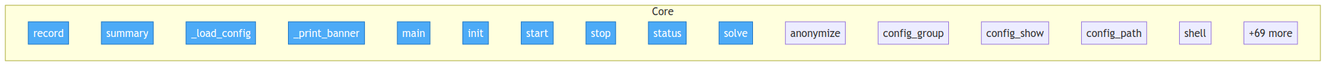
This is project/flow.png from pro-llama/prollama, a Mermaid export, as it was before one commit. Its source is kept beside it as project/flow.mmd.
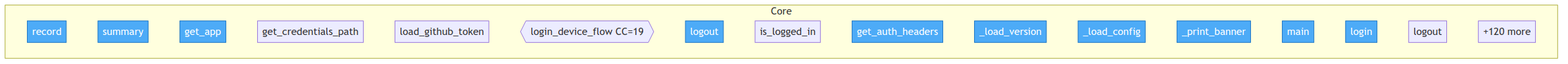
Above is the later version.

The edit, as a diff of the source:
```diff
@@ -5,20 +5,20 @@
     subgraph Core
         src__prollama__proxy__MetricsCollector__record["record"]
         src__prollama__proxy__MetricsCollector__summary["summary"]
+        src__prollama__proxy__Proxy__get_app["get_app"]
+        src__prollama__auth__get_credentials_path["get_credentials_path"]
+        src__prollama__auth__load_github_token["load_github_token"]
+        src__prollama__auth__login_device_flow{{login_device_flow CC=19}}
+        src__prollama__auth__logout["logout"]
+        src__prollama__auth__is_logged_in["is_logged_in"]
+        src__prollama__auth__get_auth_headers["get_auth_headers"]
+        src__prollama___load_version["_load_version"]
         src__prollama__cli___load_config["_load_config"]
         src__prollama__cli___print_banner["_print_banner"]
         src__prollama__cli__main["main"]
-        src__prollama__cli__init["init"]
-        src__prollama__cli__start["start"]
-        src__prollama__cli__stop["stop"]
-        src__prollama__cli__status["status"]
-        src__prollama__cli__solve["solve"]
-        src__prollama__cli__anonymize["anonymize"]
-        src__prollama__cli__config_group["config_group"]
-        src__prollama__cli__config_show["config_show"]
-        src__prollama__cli__config_path["config_path"]
-        src__prollama__cli__shell["shell"]
-        ...["+69 more"]
+        src__prollama__cli__login["login"]
+        src__prollama__cli__logout["logout"]
+        ...["+120 more"]
     end
 
-    class src__prollama__proxy__MetricsCollector__record,src__prollama__proxy__MetricsCollector__summary,src__prollama__cli___load_config,src__prollama__cli___print_banner,src__prollama__cli__main,src__prollama__cli__init,src__prollama__cli__start,src__prollama__cli__stop,src__prollama__cli__status,src__prollama__cli__solve entry
+    class src__prollama__proxy__MetricsCollector__record,src__prollama__proxy__MetricsCollector__summary,src__prollama__proxy__Proxy__get_app,src__prollama__auth__logout,src__prollama__auth__get_auth_headers,src__prollama___load_version,src__prollama__cli___load_config,src__prollama__cli___print_banner,src__prollama__cli__main,src__prollama__cli__login entry
```
